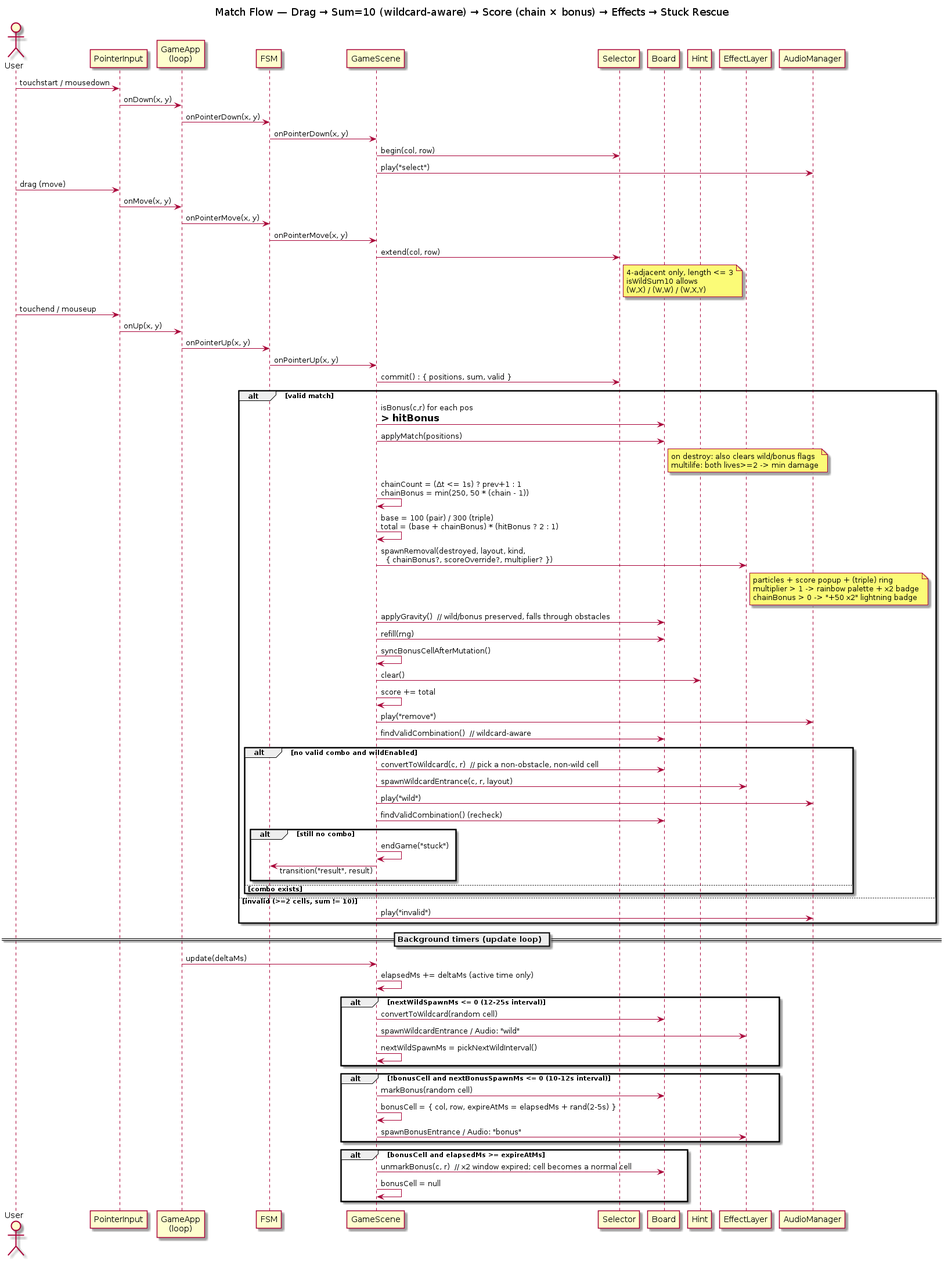
The PlantUML diagram docs/uml/sequence-match.png in chobocho/make10, before a commit. Its source is kept beside it as docs/uml/sequence-match.puml.
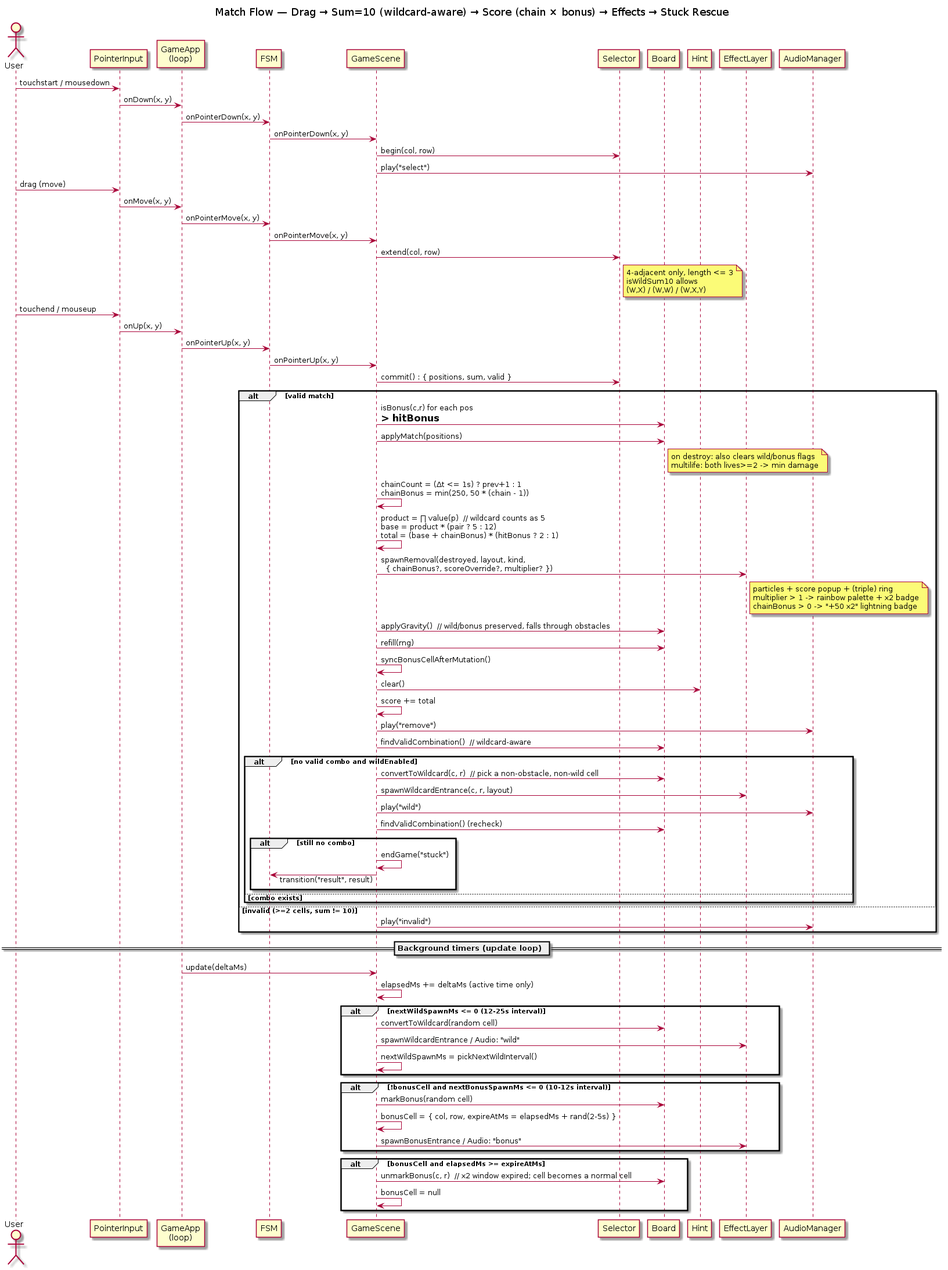
Above is the later version.

The edit, as a diff of the source:
```diff
@@ -45,7 +45,7 @@
   end note
 
   GS -> GS : chainCount = (Δt <= 1s) ? prev+1 : 1\nchainBonus = min(250, 50 * (chain - 1))
-  GS -> GS : base = 100 (pair) / 300 (triple)\ntotal = (base + chainBonus) * (hitBonus ? 2 : 1)
+  GS -> GS : product = ∏ value(p)  // wildcard counts as 5\nbase = product * (pair ? 5 : 12)\ntotal = (base + chainBonus) * (hitBonus ? 2 : 1)
 
   GS -> Fx : spawnRemoval(destroyed, layout, kind,\n  { chainBonus?, scoreOverride?, multiplier? })
   note right of Fx
```
